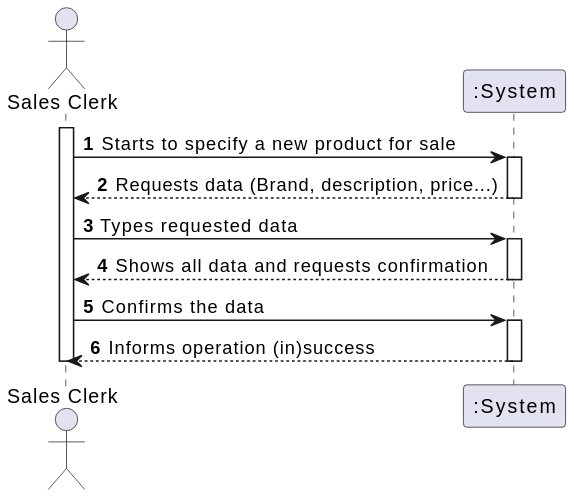
marttuga/LAPR4-SmartSystems keeps this PlantUML diagram as docs/Sprint2/US1001/US1001_SSD.svg. Above is the earlier version.
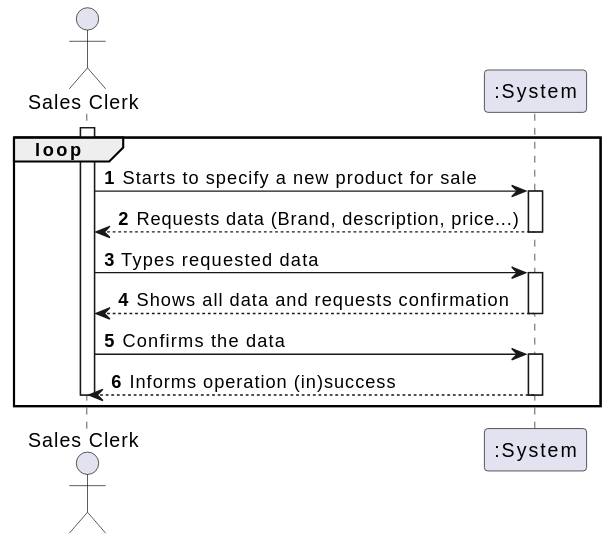
Later version of the same file.

Diff of the diagram source:
```diff
@@ -2,6 +2,7 @@
 autonumber
 actor "Sales Clerk" as SC
 
+loop
 activate SC
 
 SC -> ":System" : Starts to specify a new product for sale
@@ -23,4 +24,5 @@
 deactivate ":System"
 
 deactivate SC
+end loop
 @enduml
```
